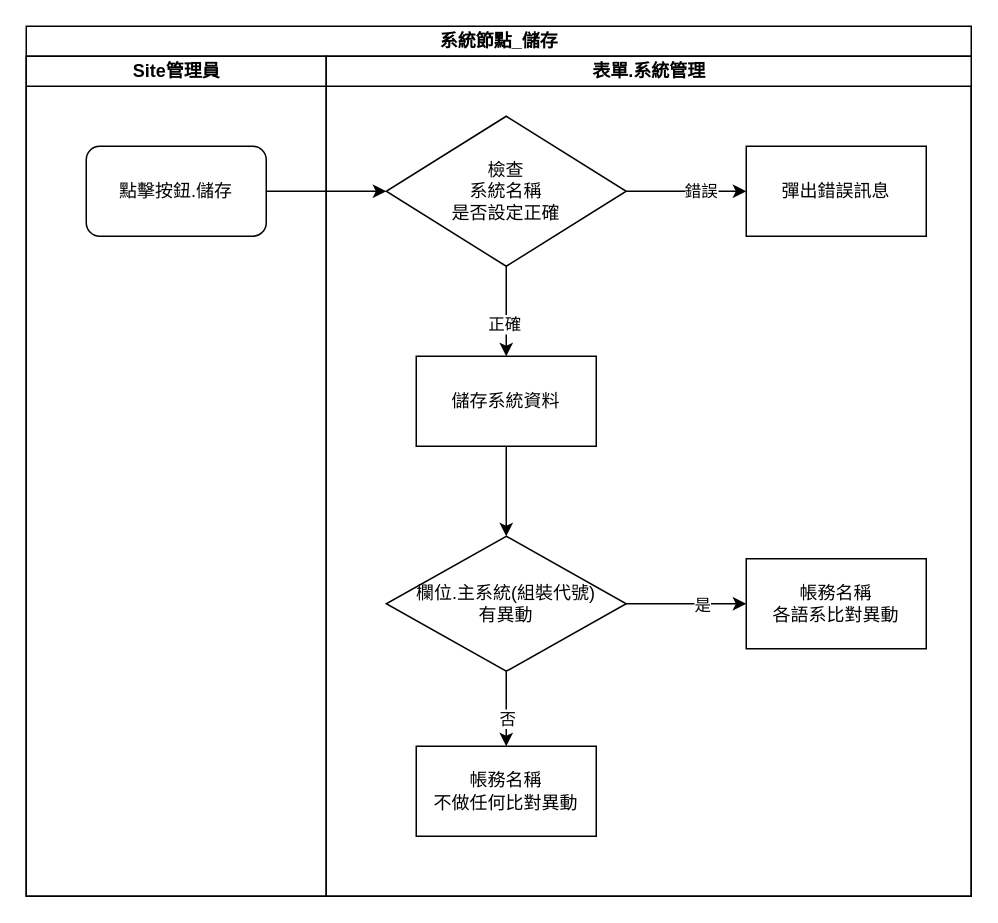
Earlier version of the draw.io diagram 8.10.0/UPDATE/ITEM_3/RTE/attachment/ProjectIndex_Project_Save.drawio (ArcareRD/sadocs). Source tidied: cells renumbered, new cells numbered last; positions are measured from the earlier drawing's top-left corner, leaving out a move shared by most shapes. Both pictures are drawn from the tidied source at 150%, with x=0, y=0 at pixel (26, 26).
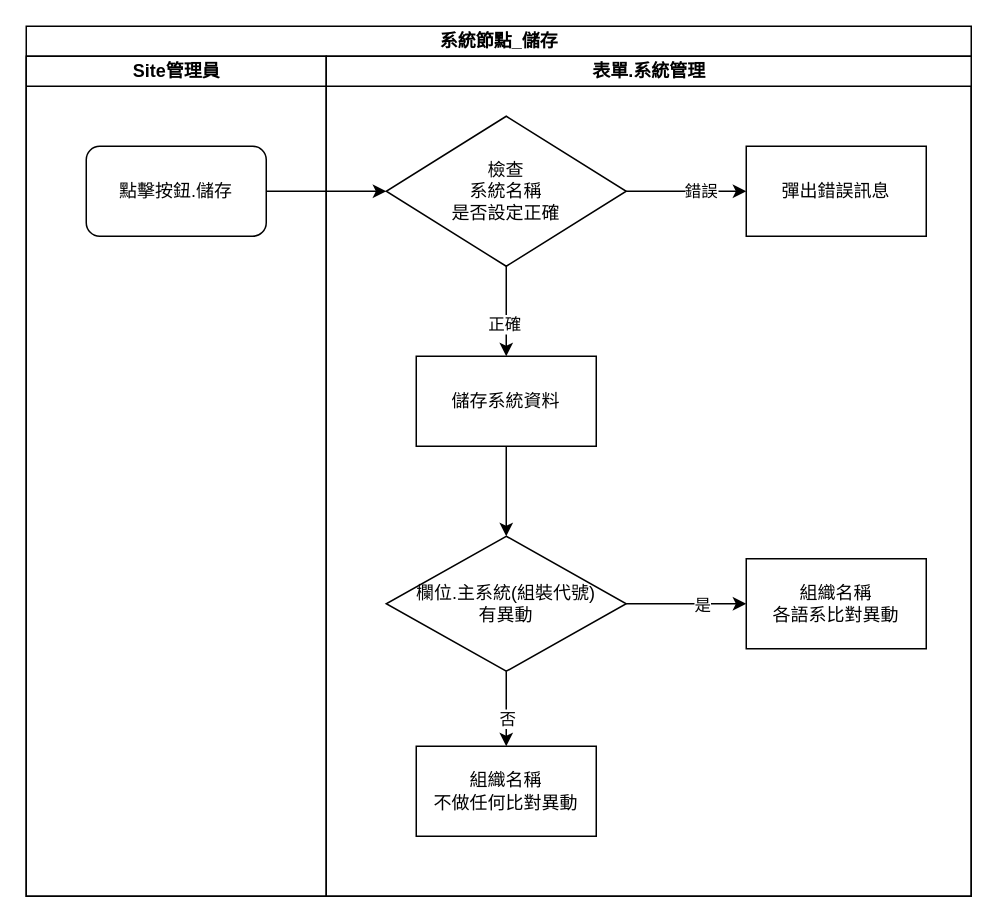
After the change.

Unchanged cells that the change refers to:
```xml
<mxCell id="6" value="表單.系統管理" style="swimlane;html=1;startSize=20;" parent="2" vertex="1">
  <mxGeometry x="200" y="20" width="430" height="560" as="geometry" />
</mxCell>
```

What changed in the source:
```diff
@@
-    <mxCell id="11" value="&lt;span&gt;帳務名稱&lt;/span&gt;&lt;br&gt;&lt;span&gt;不做任何比對異動&lt;/span&gt;" style="rounded=0;whiteSpace=wrap;html=1;" parent="6" vertex="1">
+    <mxCell id="11" value="&lt;span&gt;組織名稱&lt;/span&gt;&lt;br&gt;&lt;span&gt;不做任何比對異動&lt;/span&gt;" style="rounded=0;whiteSpace=wrap;html=1;" parent="6" vertex="1">
       <mxGeometry x="60" y="460" width="120" height="60" as="geometry" />
     </mxCell>
@@
-    <mxCell id="20" value="帳務名稱&lt;br&gt;各語系比對異動" style="rounded=0;whiteSpace=wrap;html=1;" parent="6" vertex="1">
+    <mxCell id="20" value="組織名稱&lt;br&gt;各語系比對異動" style="rounded=0;whiteSpace=wrap;html=1;" parent="6" vertex="1">
       <mxGeometry x="280" y="335" width="120" height="60" as="geometry" />
     </mxCell>
```
